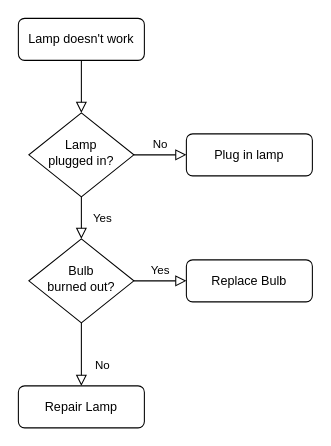
The draw.io diagram Diagrama sem nome.drawio in malves-b/NETPRACTICE, before the edit. Source tidied: cells renumbered, new cells numbered last; positions are measured from the earlier drawing's top-left corner, leaving out a move shared by most shapes. Both pictures are drawn from the tidied source at 105%, with x=0, y=0 at pixel (18, 18).
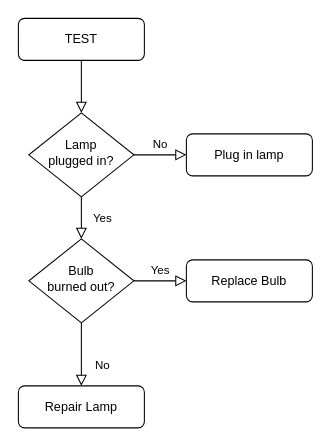
The same page after the edit.

The edit, as a diff of the source:
```diff
@@
 <mxGraphModel>
   <root>
     <mxCell id="0" />
     <mxCell id="1" parent="0" />
     <mxCell id="2" style="rounded=0;html=1;jettySize=auto;fontSize=11;endArrow=block;endFill=0;endSize=8;strokeWidth=1;shadow=0;labelBackgroundColor=none;edgeStyle=orthogonalEdgeStyle;" parent="1" edge="1" source="3" target="6">
       <mxGeometry relative="1" as="geometry" />
     </mxCell>
-    <mxCell id="3" value="Lamp doesn't work" style="rounded=1;whiteSpace=wrap;html=1;fontSize=12;glass=0;strokeWidth=1;shadow=0;" parent="1" vertex="1">
+    <mxCell id="3" value="TEST" style="rounded=1;whiteSpace=wrap;html=1;fontSize=12;glass=0;strokeWidth=1;shadow=0;" parent="1" vertex="1">
       <mxGeometry width="120" height="40" as="geometry" />
     </mxCell>
     <mxCell id="4" value="Yes" style="rounded=0;html=1;jettySize=auto;fontSize=11;endArrow=block;endFill=0;endSize=8;strokeWidth=1;shadow=0;labelBackgroundColor=none;edgeStyle=orthogonalEdgeStyle;" parent="1" edge="1" source="6" target="10">
       <mxGeometry y="20" relative="1" as="geometry" />
     </mxCell>
     <mxCell id="5" value="No" style="edgeStyle=orthogonalEdgeStyle;rounded=0;html=1;jettySize=auto;fontSize=11;endArrow=block;endFill=0;endSize=8;strokeWidth=1;shadow=0;labelBackgroundColor=none;" parent="1" edge="1" source="6" target="7">
       <mxGeometry y="10" relative="1" as="geometry" />
     </mxCell>
     <mxCell id="6" value="Lamp&lt;br&gt;plugged in?" style="rhombus;whiteSpace=wrap;html=1;shadow=0;fontFamily=Helvetica;fontSize=12;align=center;strokeWidth=1;spacing=6;spacingTop=-4;" parent="1" vertex="1">
       <mxGeometry x="10" y="90" width="100" height="80" as="geometry" />
     </mxCell>
     <mxCell id="7" value="Plug in lamp" style="rounded=1;whiteSpace=wrap;html=1;fontSize=12;glass=0;strokeWidth=1;shadow=0;" parent="1" vertex="1">
       <mxGeometry x="160" y="110" width="120" height="40" as="geometry" />
     </mxCell>
     <mxCell id="8" value="No" style="rounded=0;html=1;jettySize=auto;fontSize=11;endArrow=block;endFill=0;endSize=8;strokeWidth=1;shadow=0;labelBackgroundColor=none;edgeStyle=orthogonalEdgeStyle;" parent="1" edge="1" source="10" target="11">
       <mxGeometry x="0.33" y="20" relative="1" as="geometry" />
     </mxCell>
     <mxCell id="9" value="Yes" style="edgeStyle=orthogonalEdgeStyle;rounded=0;html=1;jettySize=auto;fontSize=11;endArrow=block;endFill=0;endSize=8;strokeWidth=1;shadow=0;labelBackgroundColor=none;" parent="1" edge="1" source="10" target="12">
       <mxGeometry y="10" relative="1" as="geometry" />
     </mxCell>
     <mxCell id="10" value="Bulb&lt;br&gt;burned out?" style="rhombus;whiteSpace=wrap;html=1;shadow=0;fontFamily=Helvetica;fontSize=12;align=center;strokeWidth=1;spacing=6;spacingTop=-4;" parent="1" vertex="1">
       <mxGeometry x="10" y="210" width="100" height="80" as="geometry" />
     </mxCell>
     <mxCell id="11" value="Repair Lamp" style="rounded=1;whiteSpace=wrap;html=1;fontSize=12;glass=0;strokeWidth=1;shadow=0;" parent="1" vertex="1">
       <mxGeometry y="350" width="120" height="40" as="geometry" />
     </mxCell>
     <mxCell id="12" value="Replace Bulb" style="rounded=1;whiteSpace=wrap;html=1;fontSize=12;glass=0;strokeWidth=1;shadow=0;" parent="1" vertex="1">
       <mxGeometry x="160" y="230" width="120" height="40" as="geometry" />
     </mxCell>
   </root>
 </mxGraphModel>
```
